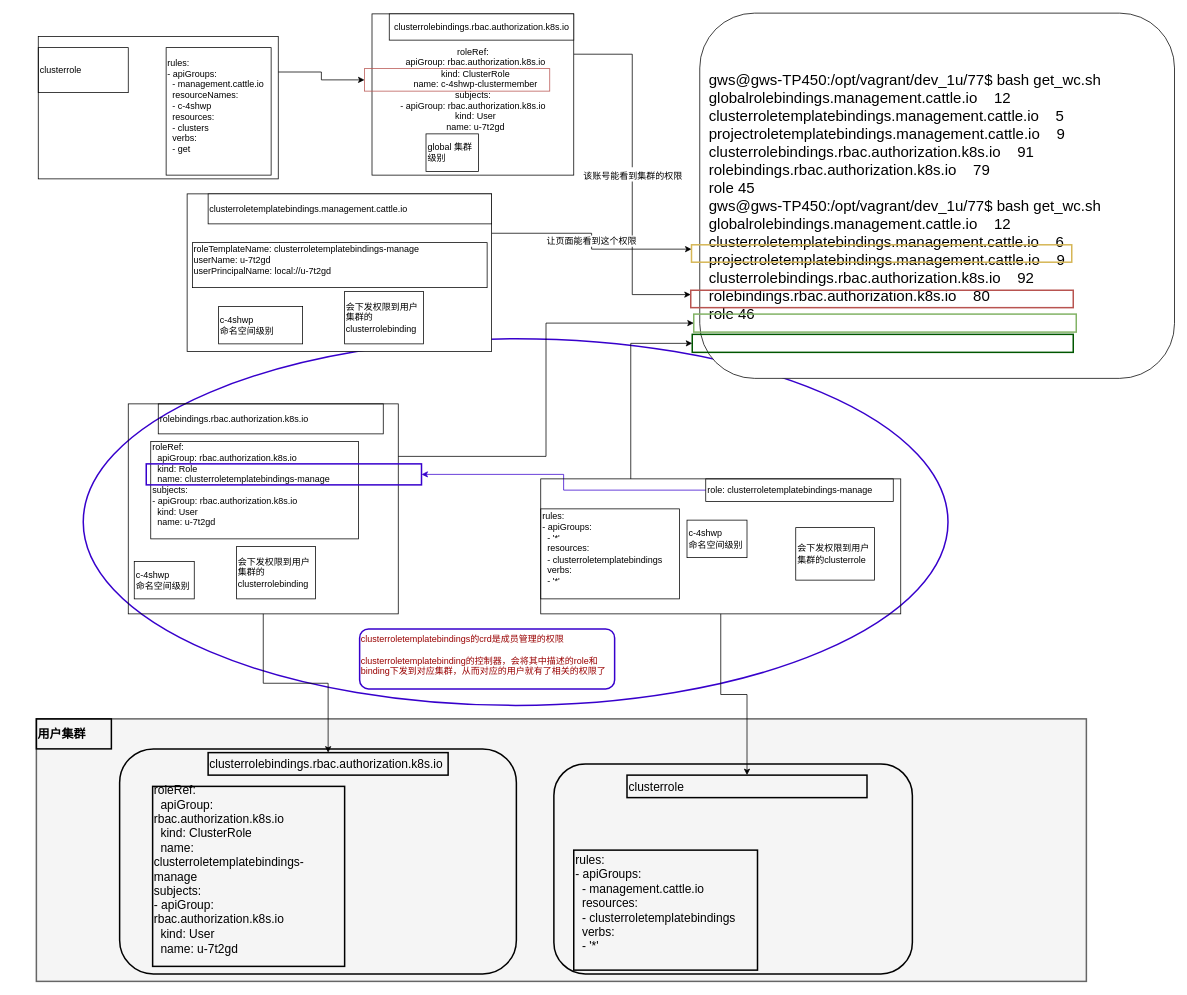
This is rancher下发权限模型.drawio from guowenshuai/draw.io, a draw.io file, before an edit. Source tidied: cells renumbered, new cells numbered last; positions are measured from the earlier drawing's top-left corner, leaving out a move shared by most shapes. Both pictures are drawn from the tidied source at 75%, with x=0, y=0 at pixel (36, 13).
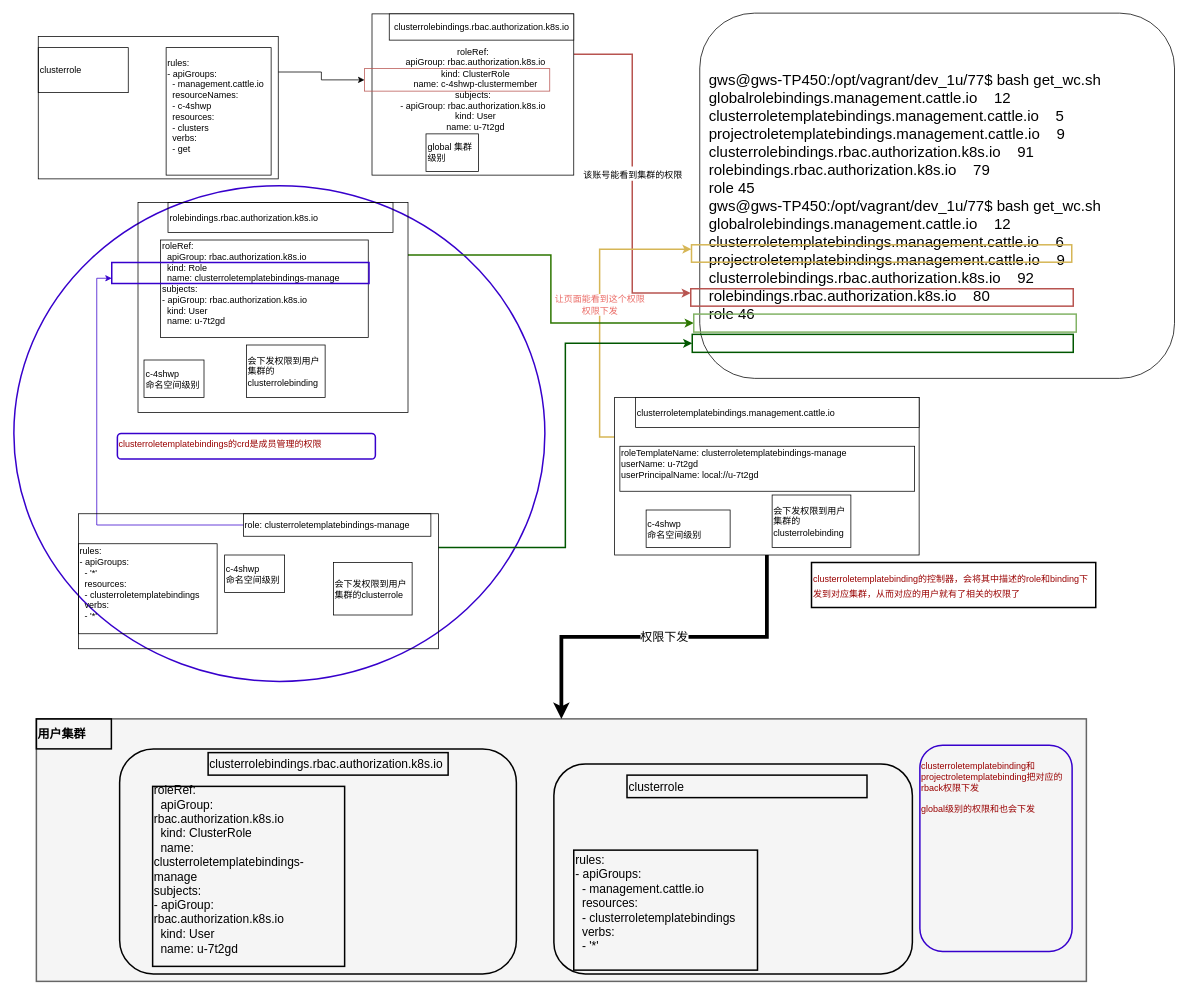
The same diagram, later.

Commit message:
Added rancher下发权限模型.drawio

The change refers to these unchanged cells:
```xml
<mxCell id="8" style="rounded=0;whiteSpace=wrap;html=1;fontSize=12;align=left;" parent="7" vertex="1">
  <mxGeometry width="406" height="210" as="geometry" />
</mxCell>
<mxCell id="17" value="&lt;div&gt;roleRef:&lt;/div&gt;&lt;div&gt;&amp;nbsp; apiGroup: rbac.authorization.k8s.io&lt;/div&gt;&lt;div&gt;&amp;nbsp; kind: ClusterRole&lt;/div&gt;&lt;div&gt;&amp;nbsp; name: c-4shwp-clustermember&lt;/div&gt;&lt;div&gt;subjects:&lt;/div&gt;&lt;div&gt;- apiGroup: rbac.authorization.k8s.io&lt;/div&gt;&lt;div&gt;&amp;nbsp; kind: User&lt;/div&gt;&lt;div&gt;&amp;nbsp; name: u-7t2gd&lt;/div&gt;&lt;div&gt;&lt;br&gt;&lt;/div&gt;" style="rounded=0;whiteSpace=wrap;html=1;" parent="16" vertex="1">
  <mxGeometry width="269" height="215" as="geometry" />
</mxCell>
<mxCell id="25" style="group;" parent="1" vertex="1">
  <mxGeometry x="872.5" width="645" height="487" as="geometry" />
</mxCell>
<mxCell id="27" style="rounded=0;whiteSpace=wrap;html=1;fontSize=12;align=left;fillColor=none;strokeColor=#d6b656;strokeWidth=2;" parent="25" vertex="1">
  <mxGeometry x="1" y="308.9" width="507" height="23.2" as="geometry" />
</mxCell>
<mxCell id="29" style="rounded=0;whiteSpace=wrap;html=1;fillColor=none;fontSize=12;align=left;strokeColor=#82b366;strokeWidth=2;" parent="25" vertex="1">
  <mxGeometry x="4" y="401.3" width="510" height="24" as="geometry" />
</mxCell>
<mxCell id="30" style="rounded=0;whiteSpace=wrap;html=1;fillColor=none;fontSize=12;align=left;strokeColor=#005700;strokeWidth=2;fontColor=#ffffff;" parent="1" vertex="1">
  <mxGeometry x="874.5" y="428.3" width="508" height="24" as="geometry" />
</mxCell>
<mxCell id="34" style="rounded=0;whiteSpace=wrap;html=1;strokeWidth=1;fillColor=none;fontSize=12;align=left;" parent="33" vertex="1">
  <mxGeometry width="480" height="180" as="geometry" />
</mxCell>
<mxCell id="35" value="role:&amp;nbsp;clusterroletemplatebindings-manage" style="rounded=0;whiteSpace=wrap;html=1;strokeWidth=1;fillColor=none;fontSize=12;align=left;" parent="33" vertex="1">
  <mxGeometry x="220" width="250" height="30" as="geometry" />
</mxCell>
<mxCell id="40" style="group;" parent="39" vertex="1">
  <mxGeometry width="391" height="280" as="geometry" />
</mxCell>
<mxCell id="41" style="rounded=0;whiteSpace=wrap;html=1;strokeWidth=1;fillColor=none;fontSize=12;align=left;" parent="40" vertex="1">
  <mxGeometry width="360" height="280" as="geometry" />
</mxCell>
<mxCell id="48" style="rounded=0;whiteSpace=wrap;html=1;strokeWidth=2;fillColor=#f5f5f5;fontSize=12;fontColor=#333333;align=left;strokeColor=#666666;" parent="1" vertex="1">
  <mxGeometry y="941" width="1400" height="350" as="geometry" />
</mxCell>
<mxCell id="51" value="&lt;font color=&quot;#000000&quot;&gt;clusterrolebindings.rbac.authorization.k8s.io&lt;/font&gt;" style="rounded=0;whiteSpace=wrap;html=1;strokeWidth=2;fillColor=none;fontSize=16;fontColor=#990000;align=left;" parent="1" vertex="1">
  <mxGeometry x="229" y="986" width="320" height="30" as="geometry" />
</mxCell>
<mxCell id="53" value="&lt;font color=&quot;#000000&quot;&gt;clusterrole&lt;/font&gt;" style="rounded=0;whiteSpace=wrap;html=1;strokeWidth=2;fillColor=none;fontSize=16;fontColor=#990000;align=left;" parent="1" vertex="1">
  <mxGeometry x="787.5" y="1016" width="320" height="30" as="geometry" />
</mxCell>
```

Change to the diagram source:
```diff
@@
-    <mxCell id="2" style="ellipse;whiteSpace=wrap;html=1;strokeWidth=2;fillColor=none;fontSize=12;align=left;strokeColor=#3700CC;fontColor=#ffffff;" parent="1" vertex="1">
-      <mxGeometry x="62.5" y="434" width="1153" height="489" as="geometry" />
-    </mxCell>
+    <mxCell id="58" style="ellipse;whiteSpace=wrap;html=1;strokeWidth=2;fillColor=none;fontSize=16;fontColor=#ffffff;align=left;strokeColor=#3700CC;" parent="1" vertex="1">
+      <mxGeometry x="-30" y="230" width="708" height="661" as="geometry" />
+    </mxCell>
-    <mxCell id="3" value="&lt;font style=&quot;font-size: 12px&quot;&gt;该账号能看到集群的权限&lt;/font&gt;" style="edgeStyle=orthogonalEdgeStyle;rounded=0;jettySize=auto;html=1;exitX=1;exitY=0.25;exitDx=0;exitDy=0;fontSize=16;entryX=0;entryY=0.25;entryDx=0;entryDy=0;" parent="1" edge="1" source="17" target="28">
+    <mxCell id="3" value="&lt;font style=&quot;font-size: 12px&quot;&gt;该账号能看到集群的权限&lt;/font&gt;" style="edgeStyle=orthogonalEdgeStyle;rounded=0;jettySize=auto;html=1;exitX=1;exitY=0.25;exitDx=0;exitDy=0;fontSize=16;entryX=0;entryY=0.25;entryDx=0;entryDy=0;fillColor=#f8cecc;strokeColor=#b85450;strokeWidth=2;" parent="1" edge="1" source="17" target="28">
       <mxGeometry relative="1" as="geometry" />
     </mxCell>
-    <mxCell id="4" value="&lt;font style=&quot;font-size: 12px&quot;&gt;让页面能看到这个权限&lt;/font&gt;" style="edgeStyle=orthogonalEdgeStyle;rounded=0;jettySize=auto;html=1;exitX=1;exitY=0.25;exitDx=0;exitDy=0;entryX=0;entryY=0.25;entryDx=0;entryDy=0;fontSize=12;" parent="1" edge="1" source="8" target="27">
+    <mxCell id="4" value="&lt;font style=&quot;font-size: 12px&quot;&gt;&lt;font color=&quot;#ea6b66&quot;&gt;让页面能看到这个权限&lt;br&gt;权限下发&lt;/font&gt;&lt;br&gt;&lt;/font&gt;" style="edgeStyle=orthogonalEdgeStyle;rounded=0;jettySize=auto;html=1;exitX=0;exitY=0.25;exitDx=0;exitDy=0;entryX=0;entryY=0.25;entryDx=0;entryDy=0;fontSize=12;fillColor=#fff2cc;strokeColor=#d6b656;fontColor=#998A7B;strokeWidth=2;" parent="1" edge="1" source="8" target="27">
       <mxGeometry relative="1" as="geometry" />
     </mxCell>
     <mxCell id="5" style="group;" parent="1" vertex="1">
-      <mxGeometry x="201" y="241" width="497" height="210" as="geometry" />
+      <mxGeometry x="771" y="512.5" width="497" height="210" as="geometry" />
     </mxCell>
@@
-    <mxCell id="13" style="edgeStyle=orthogonalEdgeStyle;rounded=0;jettySize=auto;html=1;exitX=1;exitY=0.25;exitDx=0;exitDy=0;entryX=0;entryY=0.5;entryDx=0;entryDy=0;fontSize=12;" parent="1" edge="1" source="41" target="29">
+    <mxCell id="13" style="edgeStyle=orthogonalEdgeStyle;rounded=0;jettySize=auto;html=1;exitX=1;exitY=0.25;exitDx=0;exitDy=0;entryX=0;entryY=0.5;entryDx=0;entryDy=0;fontSize=12;fillColor=#60a917;strokeColor=#2D7600;strokeWidth=2;" parent="1" edge="1" source="41" target="29">
       <mxGeometry relative="1" as="geometry" />
     </mxCell>
@@
     <mxCell id="28" style="rounded=0;whiteSpace=wrap;html=1;fillColor=none;fontSize=12;align=left;strokeColor=#b85450;strokeWidth=2;" parent="25" vertex="1">
-      <mxGeometry y="369.5" width="510" height="23.2" as="geometry" />
+      <mxGeometry y="367.5" width="510" height="23.2" as="geometry" />
     </mxCell>
@@
-    <mxCell id="31" style="edgeStyle=orthogonalEdgeStyle;rounded=0;jettySize=auto;html=1;exitX=0.25;exitY=0;exitDx=0;exitDy=0;entryX=0;entryY=0.5;entryDx=0;entryDy=0;fontSize=12;" parent="1" edge="1" source="34" target="30">
+    <mxCell id="31" style="edgeStyle=orthogonalEdgeStyle;rounded=0;jettySize=auto;html=1;entryX=0;entryY=0.5;entryDx=0;entryDy=0;fontSize=12;exitX=1;exitY=0.25;exitDx=0;exitDy=0;fillColor=#008a00;strokeColor=#005700;strokeWidth=2;" parent="1" edge="1" source="34" target="30">
       <mxGeometry relative="1" as="geometry" />
     </mxCell>
-    <mxCell id="32" style="edgeStyle=orthogonalEdgeStyle;rounded=0;jettySize=auto;html=1;exitX=0;exitY=0.5;exitDx=0;exitDy=0;entryX=1;entryY=0.5;entryDx=0;entryDy=0;fontSize=12;fillColor=#6a00ff;strokeColor=#3700CC;" parent="1" edge="1" source="35" target="46">
+    <mxCell id="32" style="edgeStyle=orthogonalEdgeStyle;rounded=0;jettySize=auto;html=1;exitX=0;exitY=0.5;exitDx=0;exitDy=0;entryX=0;entryY=0.75;entryDx=0;entryDy=0;fontSize=12;fillColor=#6a00ff;strokeColor=#3700CC;" parent="1" edge="1" source="35" target="46">
       <mxGeometry relative="1" as="geometry" />
     </mxCell>
     <mxCell id="33" style="group;" parent="1" vertex="1">
-      <mxGeometry x="672.5" y="621" width="480" height="180" as="geometry" />
+      <mxGeometry x="56" y="667.5" width="480" height="180" as="geometry" />
     </mxCell>
@@
     <mxCell id="39" style="group;" parent="1" vertex="1">
-      <mxGeometry x="122.5" y="521" width="391" height="280" as="geometry" />
+      <mxGeometry x="135.5" y="252.5" width="391" height="280" as="geometry" />
     </mxCell>
@@
     <mxCell id="46" style="rounded=0;whiteSpace=wrap;html=1;strokeWidth=2;fillColor=none;fontSize=12;align=left;strokeColor=#3700CC;fontColor=#ffffff;" parent="40" vertex="1">
-      <mxGeometry x="24" y="80" width="367" height="28" as="geometry" />
+      <mxGeometry x="-35" y="80" width="343" height="28" as="geometry" />
     </mxCell>
-    <mxCell id="47" value="clusterroletemplatebindings的crd是成员管理的权限&lt;br&gt;&lt;br&gt;clusterroletemplatebinding的控制器，会将其中描述的role和binding下发到对应集群，从而对应的用户就有了相关的权限了" style="rounded=1;whiteSpace=wrap;html=1;strokeWidth=2;fillColor=none;fontSize=12;align=left;verticalAlign=top;strokeColor=#3700CC;fontColor=#990000;" parent="1" vertex="1">
-      <mxGeometry x="431" y="821" width="340" height="80" as="geometry" />
+    <mxCell id="47" value="clusterroletemplatebindings的crd是成员管理的权限&lt;br&gt;" style="rounded=1;whiteSpace=wrap;html=1;strokeWidth=2;fillColor=none;fontSize=12;align=left;verticalAlign=top;strokeColor=#3700CC;fontColor=#990000;" parent="1" vertex="1">
+      <mxGeometry x="108" y="560.5" width="344" height="34" as="geometry" />
     </mxCell>
@@
-    <mxCell id="54" style="edgeStyle=orthogonalEdgeStyle;rounded=0;jettySize=auto;html=1;exitX=0.5;exitY=1;exitDx=0;exitDy=0;fontSize=16;fontColor=#990000;" parent="1" edge="1" source="41" target="51">
-      <mxGeometry relative="1" as="geometry" />
-    </mxCell>
-    <mxCell id="55" style="edgeStyle=orthogonalEdgeStyle;rounded=0;jettySize=auto;html=1;exitX=0.5;exitY=1;exitDx=0;exitDy=0;fontSize=16;fontColor=#990000;" parent="1" edge="1" source="34" target="53">
-      <mxGeometry relative="1" as="geometry" />
-    </mxCell>
@@
+    <mxCell id="59" value="&lt;br&gt;clusterroletemplatebinding和projectroletemplatebinding把对应的rback权限下发&lt;br&gt;&lt;br&gt;global级别的权限和也会下发" style="rounded=1;whiteSpace=wrap;html=1;strokeWidth=2;fillColor=none;fontSize=12;align=left;verticalAlign=top;strokeColor=#3700CC;fontColor=#990000;" parent="1" vertex="1">
+      <mxGeometry x="1178" y="976" width="203" height="275" as="geometry" />
+    </mxCell>
+    <mxCell id="60" value="&lt;font color=&quot;#000000&quot;&gt;权限下发&lt;/font&gt;" style="edgeStyle=orthogonalEdgeStyle;rounded=0;jettySize=auto;html=1;exitX=0.5;exitY=1;exitDx=0;exitDy=0;fontSize=16;fontColor=#FF3333;strokeWidth=5;" parent="1" edge="1" source="8" target="48">
+      <mxGeometry relative="1" as="geometry" />
+    </mxCell>
+    <mxCell id="61" value="&lt;span style=&quot;color: rgb(153 , 0 , 0) ; font-size: 12px ; white-space: normal&quot;&gt;clusterroletemplatebinding的控制器，会将其中描述的role和binding下发到对应集群，从而对应的用户就有了相关的权限了&lt;/span&gt;" style="rounded=0;whiteSpace=wrap;html=1;strokeWidth=2;fillColor=none;fontSize=16;fontColor=#998A7B;align=left;" parent="1" vertex="1">
+      <mxGeometry x="1033.5" y="732.5" width="379" height="60" as="geometry" />
+    </mxCell>
```
